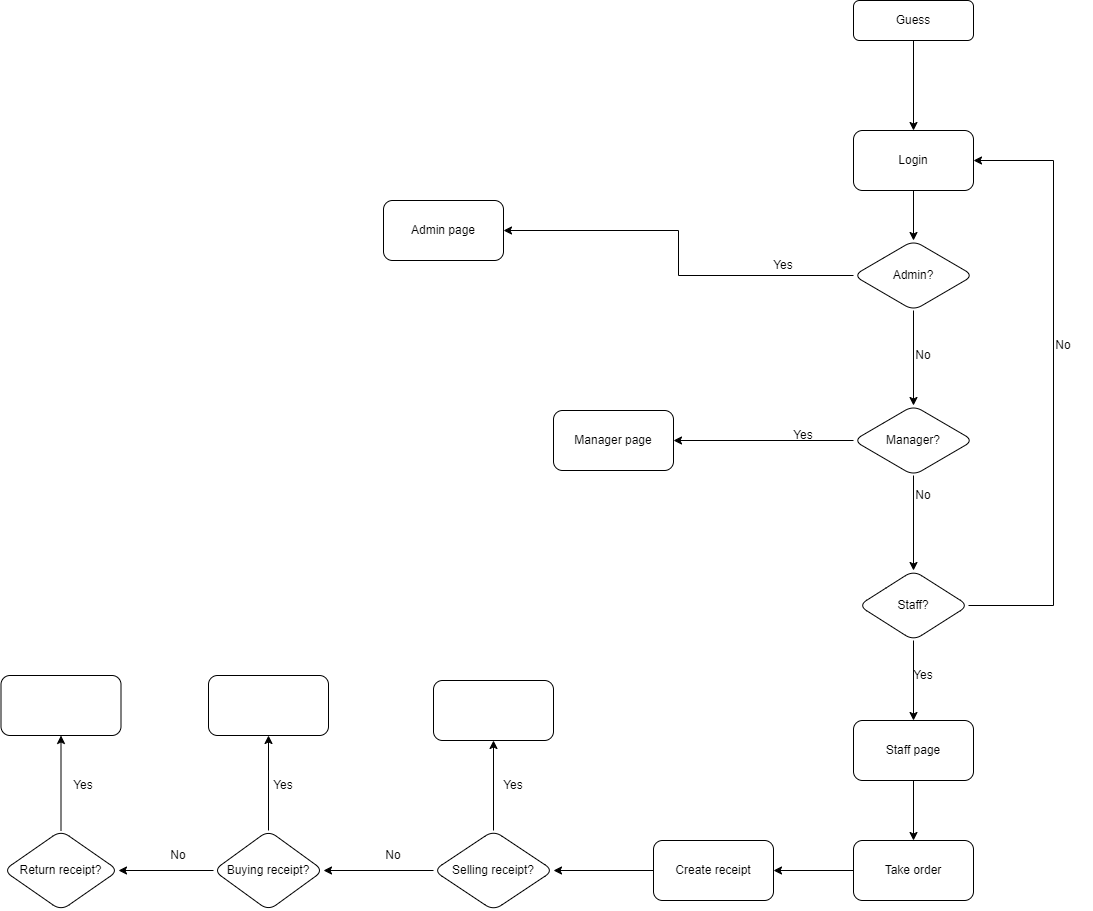
Above: doc/Flowchart.png in hieuvau198/SWP-Jewelry-Sales-System (draw.io), before the change. Source tidied: cells renumbered, new cells last; positions are measured from the earlier drawing's top-left corner, leaving out a move shared by most shapes.
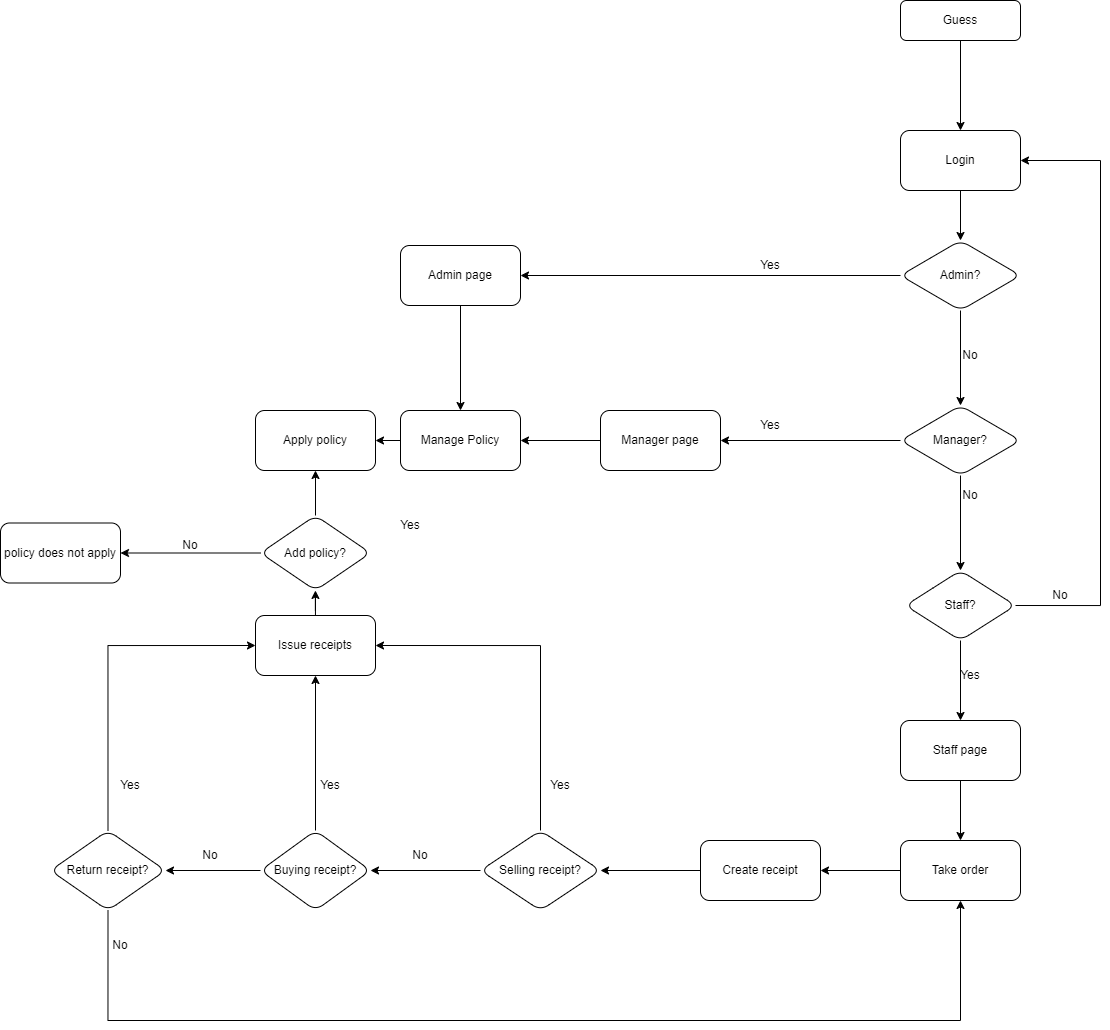
The same diagram one commit later.

The edit, as a diff of the source:
```diff
@@ -18,16 +18,16 @@
       <mxGeometry x="892" y="340" width="60" height="30" as="geometry" />
     </mxCell>
     <mxCell id="7" value="Yes" style="text;html=1;align=center;verticalAlign=middle;whiteSpace=wrap;rounded=0;rotation=0;" parent="1" vertex="1">
-      <mxGeometry x="752" y="250" width="60" height="30" as="geometry" />
+      <mxGeometry x="692" y="250" width="60" height="30" as="geometry" />
     </mxCell>
     <mxCell id="8" value="No" style="text;html=1;align=center;verticalAlign=middle;whiteSpace=wrap;rounded=0;" parent="1" vertex="1">
       <mxGeometry x="892" y="480" width="60" height="30" as="geometry" />
     </mxCell>
     <mxCell id="9" value="No" style="text;html=1;align=center;verticalAlign=middle;whiteSpace=wrap;rounded=0;" parent="1" vertex="1">
-      <mxGeometry x="362" y="840" width="60" height="30" as="geometry" />
+      <mxGeometry x="342" y="840" width="60" height="30" as="geometry" />
     </mxCell>
     <mxCell id="10" value="Yes" style="text;html=1;align=center;verticalAlign=middle;whiteSpace=wrap;rounded=0;rotation=0;" parent="1" vertex="1">
-      <mxGeometry x="772" y="420" width="60" height="30" as="geometry" />
+      <mxGeometry x="692" y="410" width="60" height="30" as="geometry" />
     </mxCell>
     <mxCell id="11" style="edgeStyle=orthogonalEdgeStyle;rounded=0;jettySize=auto;html=1;" parent="1" edge="1" source="13" target="14">
       <mxGeometry relative="1" as="geometry" />
@@ -38,8 +38,11 @@
     <mxCell id="13" value="Admin?" style="rhombus;whiteSpace=wrap;html=1;rounded=1;" parent="1" vertex="1">
       <mxGeometry x="852" y="240" width="120" height="70" as="geometry" />
     </mxCell>
+    <mxCell id="45" style="edgeStyle=orthogonalEdgeStyle;rounded=0;jettySize=auto;html=1;exitX=0.5;exitY=1;exitDx=0;exitDy=0;entryX=0.5;entryY=0;entryDx=0;entryDy=0;" parent="1" edge="1" source="14" target="51">
+      <mxGeometry relative="1" as="geometry" />
+    </mxCell>
     <mxCell id="14" value="Admin page" style="rounded=1;whiteSpace=wrap;html=1;" parent="1" vertex="1">
-      <mxGeometry x="382" y="200" width="120" height="60" as="geometry" />
+      <mxGeometry x="352" y="245" width="120" height="60" as="geometry" />
     </mxCell>
     <mxCell id="15" style="edgeStyle=orthogonalEdgeStyle;rounded=0;jettySize=auto;html=1;" parent="1" edge="1" source="17" target="18">
       <mxGeometry relative="1" as="geometry" />
@@ -50,6 +53,9 @@
     <mxCell id="17" value="Manager?" style="rhombus;whiteSpace=wrap;html=1;rounded=1;" parent="1" vertex="1">
       <mxGeometry x="852" y="405" width="120" height="70" as="geometry" />
     </mxCell>
+    <mxCell id="46" style="edgeStyle=orthogonalEdgeStyle;rounded=0;jettySize=auto;html=1;" parent="1" edge="1" source="18" target="51">
+      <mxGeometry relative="1" as="geometry" />
+    </mxCell>
     <mxCell id="18" value="Manager page" style="whiteSpace=wrap;html=1;rounded=1;" parent="1" vertex="1">
       <mxGeometry x="552" y="410" width="120" height="60" as="geometry" />
     </mxCell>
@@ -77,7 +83,7 @@
       <mxGeometry x="892" y="660" width="60" height="30" as="geometry" />
     </mxCell>
     <mxCell id="25" value="No" style="text;html=1;align=center;verticalAlign=middle;whiteSpace=wrap;rounded=0;rotation=0;" parent="1" vertex="1">
-      <mxGeometry x="1032" y="330" width="60" height="30" as="geometry" />
+      <mxGeometry x="982" y="580" width="60" height="30" as="geometry" />
     </mxCell>
     <mxCell id="26" style="edgeStyle=orthogonalEdgeStyle;rounded=0;jettySize=auto;html=1;" parent="1" edge="1" source="27" target="29">
       <mxGeometry relative="1" as="geometry" />
@@ -91,7 +97,7 @@
     <mxCell id="29" value="Create receipt" style="whiteSpace=wrap;html=1;rounded=1;" parent="1" vertex="1">
       <mxGeometry x="652" y="840" width="120" height="60" as="geometry" />
     </mxCell>
-    <mxCell id="30" style="edgeStyle=orthogonalEdgeStyle;rounded=0;jettySize=auto;html=1;" parent="1" edge="1" source="32" target="33">
+    <mxCell id="30" style="edgeStyle=orthogonalEdgeStyle;rounded=0;jettySize=auto;html=1;entryX=1;entryY=0.5;entryDx=0;entryDy=0;exitX=0.5;exitY=0;exitDx=0;exitDy=0;" parent="1" edge="1" source="32" target="38">
       <mxGeometry relative="1" as="geometry" />
     </mxCell>
     <mxCell id="31" style="edgeStyle=orthogonalEdgeStyle;rounded=0;jettySize=auto;html=1;" parent="1" edge="1" source="32" target="36">
@@ -100,9 +106,6 @@
     <mxCell id="32" value="Selling receipt?" style="rhombus;whiteSpace=wrap;html=1;rounded=1;" parent="1" vertex="1">
       <mxGeometry x="432" y="830" width="120" height="80" as="geometry" />
     </mxCell>
-    <mxCell id="33" style="whiteSpace=wrap;html=1;rounded=1;" parent="1" vertex="1">
-      <mxGeometry x="432" y="680" width="120" height="60" as="geometry" />
-    </mxCell>
     <mxCell id="34" value="Yes" style="text;html=1;align=center;verticalAlign=middle;whiteSpace=wrap;rounded=0;rotation=0;" parent="1" vertex="1">
       <mxGeometry x="482" y="770" width="60" height="30" as="geometry" />
     </mxCell>
@@ -115,26 +118,64 @@
     <mxCell id="37" style="edgeStyle=orthogonalEdgeStyle;rounded=0;jettySize=auto;html=1;exitX=0.5;exitY=0;exitDx=0;exitDy=0;" parent="1" edge="1" source="36" target="38">
       <mxGeometry relative="1" as="geometry" />
     </mxCell>
+    <mxCell id="47" style="edgeStyle=orthogonalEdgeStyle;rounded=0;jettySize=auto;html=1;" parent="1" edge="1" source="38" target="54">
+      <mxGeometry relative="1" as="geometry" />
+    </mxCell>
-    <mxCell id="38" style="whiteSpace=wrap;html=1;rounded=1;" parent="1" vertex="1">
-      <mxGeometry x="207" y="675" width="120" height="60" as="geometry" />
+    <mxCell id="38" value="Issue receipts" style="whiteSpace=wrap;html=1;rounded=1;" parent="1" vertex="1">
+      <mxGeometry x="207" y="615" width="120" height="60" as="geometry" />
     </mxCell>
     <mxCell id="39" value="Yes" style="text;html=1;align=center;verticalAlign=middle;whiteSpace=wrap;rounded=0;rotation=0;" parent="1" vertex="1">
       <mxGeometry x="252" y="770" width="60" height="30" as="geometry" />
     </mxCell>
+    <mxCell id="48" style="edgeStyle=orthogonalEdgeStyle;rounded=0;jettySize=auto;html=1;exitX=0.5;exitY=1;exitDx=0;exitDy=0;entryX=0.5;entryY=1;entryDx=0;entryDy=0;" parent="1" edge="1" source="40" target="27">
+      <mxGeometry relative="1" as="geometry">
+        <Array as="points">
+          <mxPoint x="60" y="1020" />
+          <mxPoint x="912" y="1020" />
+        </Array>
+      </mxGeometry>
+    </mxCell>
     <mxCell id="40" value="Return receipt?" style="rhombus;whiteSpace=wrap;html=1;rounded=1;" parent="1" vertex="1">
       <mxGeometry x="2" y="830" width="115" height="80" as="geometry" />
     </mxCell>
     <mxCell id="41" value="No" style="text;html=1;align=center;verticalAlign=middle;whiteSpace=wrap;rounded=0;" parent="1" vertex="1">
-      <mxGeometry x="147" y="840" width="60" height="30" as="geometry" />
+      <mxGeometry x="132" y="840" width="60" height="30" as="geometry" />
     </mxCell>
-    <mxCell id="42" style="edgeStyle=orthogonalEdgeStyle;rounded=0;jettySize=auto;html=1;exitX=0.5;exitY=0;exitDx=0;exitDy=0;" parent="1" edge="1" source="40" target="43">
+    <mxCell id="42" style="edgeStyle=orthogonalEdgeStyle;rounded=0;jettySize=auto;html=1;exitX=0.5;exitY=0;exitDx=0;exitDy=0;entryX=0;entryY=0.5;entryDx=0;entryDy=0;" parent="1" edge="1" source="40" target="38">
       <mxGeometry relative="1" as="geometry" />
     </mxCell>
-    <mxCell id="43" style="whiteSpace=wrap;html=1;rounded=1;" parent="1" vertex="1">
-      <mxGeometry x="-0.5" y="675" width="120" height="60" as="geometry" />
-    </mxCell>
     <mxCell id="44" value="Yes" style="text;html=1;align=center;verticalAlign=middle;whiteSpace=wrap;rounded=0;rotation=0;" parent="1" vertex="1">
       <mxGeometry x="52" y="770" width="60" height="30" as="geometry" />
     </mxCell>
+    <mxCell id="49" value="No" style="text;html=1;align=center;verticalAlign=middle;whiteSpace=wrap;rounded=0;" parent="1" vertex="1">
+      <mxGeometry x="42" y="930" width="60" height="30" as="geometry" />
+    </mxCell>
+    <mxCell id="50" style="edgeStyle=orthogonalEdgeStyle;rounded=0;jettySize=auto;html=1;exitX=0;exitY=0.5;exitDx=0;exitDy=0;entryX=1;entryY=0.5;entryDx=0;entryDy=0;" parent="1" edge="1" source="51" target="58">
+      <mxGeometry relative="1" as="geometry" />
+    </mxCell>
+    <mxCell id="51" value="Manage Policy" style="whiteSpace=wrap;html=1;rounded=1;" parent="1" vertex="1">
+      <mxGeometry x="352" y="410" width="120" height="60" as="geometry" />
+    </mxCell>
+    <mxCell id="52" style="edgeStyle=orthogonalEdgeStyle;rounded=0;jettySize=auto;html=1;" parent="1" edge="1" source="54" target="56">
+      <mxGeometry relative="1" as="geometry" />
+    </mxCell>
+    <mxCell id="53" style="edgeStyle=orthogonalEdgeStyle;rounded=0;jettySize=auto;html=1;" parent="1" edge="1" source="54" target="58">
+      <mxGeometry relative="1" as="geometry" />
+    </mxCell>
+    <mxCell id="54" value="Add policy?" style="rhombus;whiteSpace=wrap;html=1;rounded=1;" parent="1" vertex="1">
+      <mxGeometry x="212" y="515" width="110" height="75" as="geometry" />
+    </mxCell>
+    <mxCell id="55" value="Yes" style="text;html=1;align=center;verticalAlign=middle;whiteSpace=wrap;rounded=0;rotation=0;" parent="1" vertex="1">
+      <mxGeometry x="332" y="510" width="60" height="30" as="geometry" />
+    </mxCell>
+    <mxCell id="56" value="policy does not apply" style="whiteSpace=wrap;html=1;rounded=1;" parent="1" vertex="1">
+      <mxGeometry x="-48" y="522.5" width="120" height="60" as="geometry" />
+    </mxCell>
+    <mxCell id="57" value="No" style="text;html=1;align=center;verticalAlign=middle;whiteSpace=wrap;rounded=0;" parent="1" vertex="1">
+      <mxGeometry x="112" y="530" width="60" height="30" as="geometry" />
+    </mxCell>
+    <mxCell id="58" value="Apply policy" style="whiteSpace=wrap;html=1;rounded=1;" parent="1" vertex="1">
+      <mxGeometry x="207" y="410" width="120" height="60" as="geometry" />
+    </mxCell>
   </root>
 </mxGraphModel>
```
